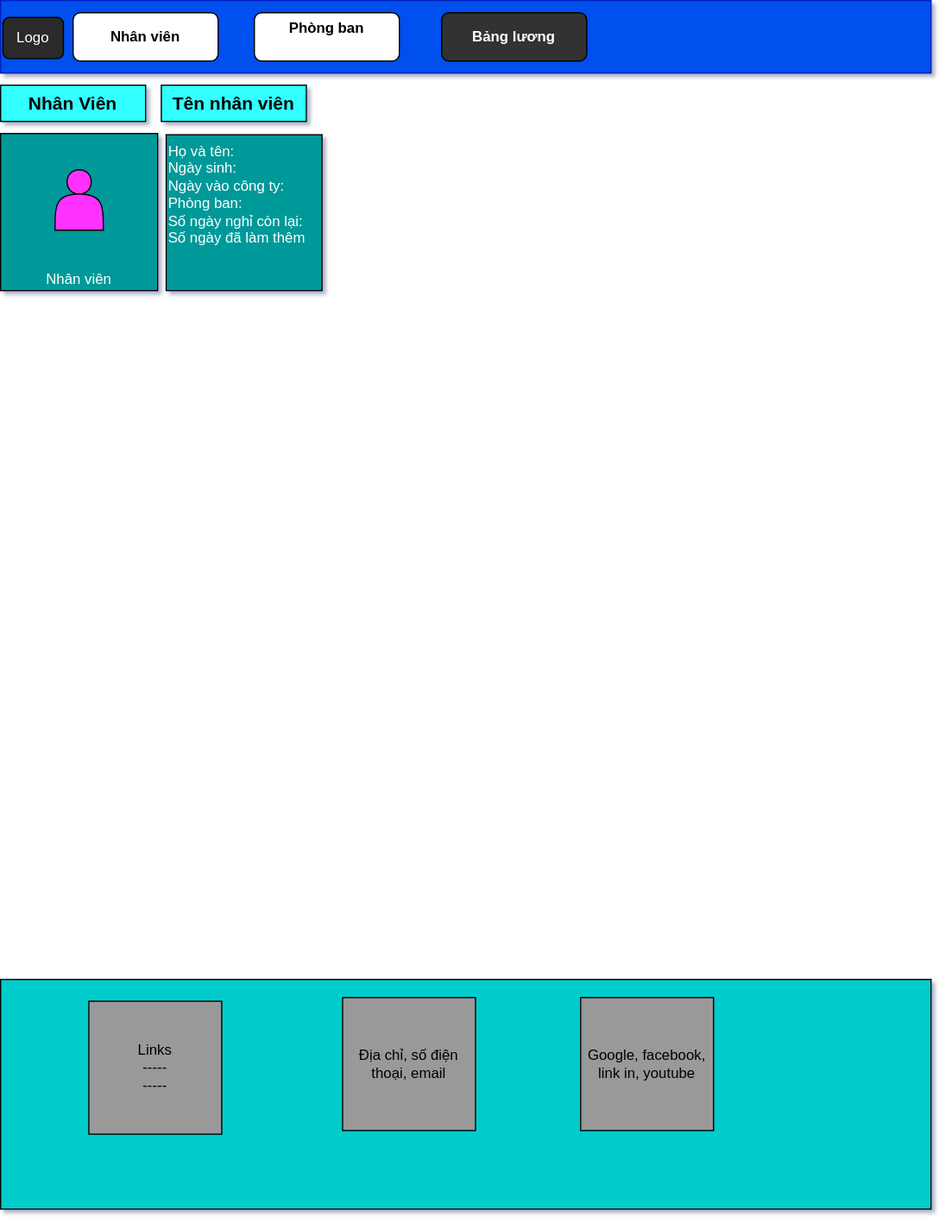
The draw.io diagram DRAWIO/staffdetail.drawio.svg in ktkthuong/Funix-React-Lab, before a commit. Source tidied: cells renumbered, new cells last; positions are measured from the earlier drawing's top-left corner, leaving out a move shared by most shapes.
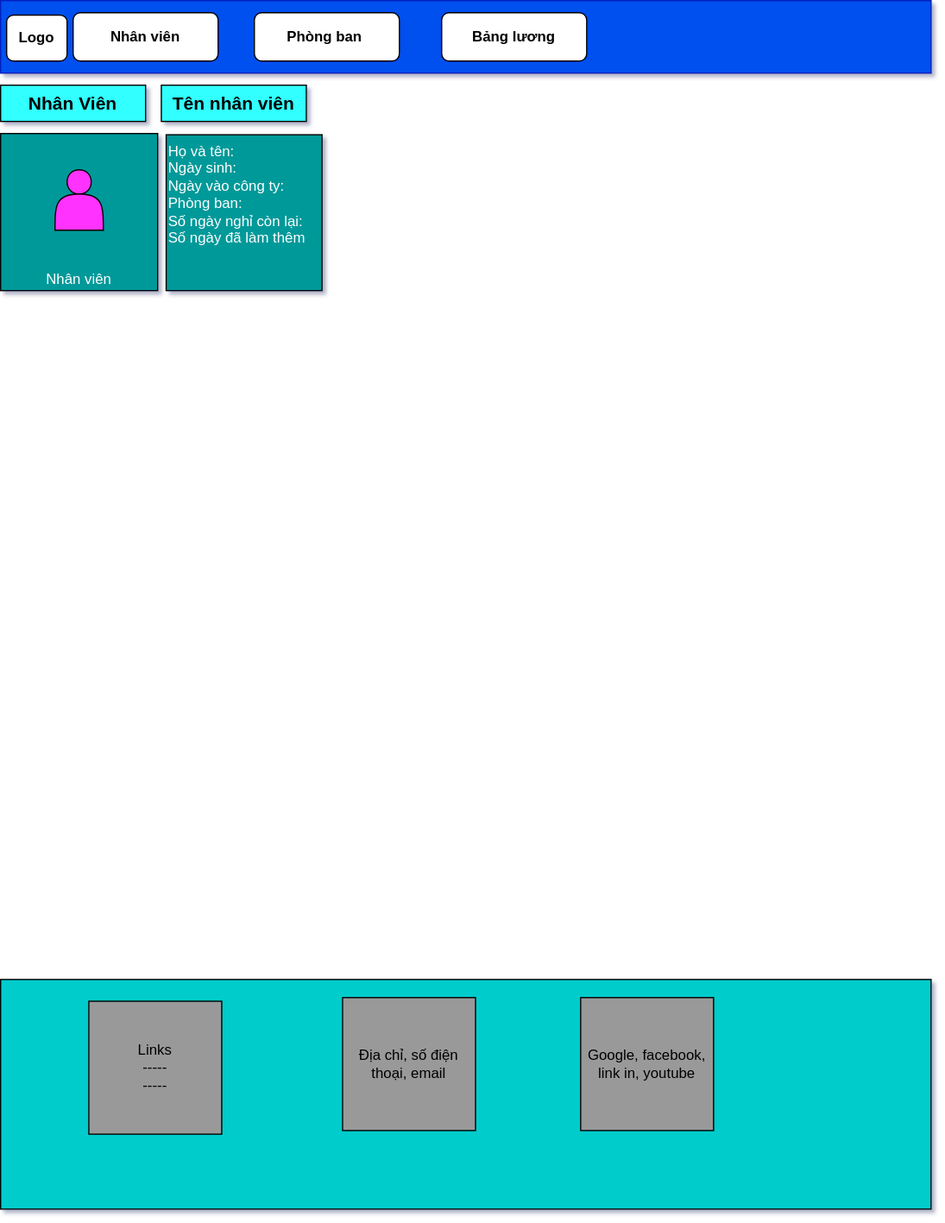
After the change.

Change to the diagram source:
```diff
@@ -5,13 +5,13 @@
     <mxCell id="2" style="rounded=0;whiteSpace=wrap;html=1;fillColor=#0050ef;fontColor=#ffffff;strokeColor=#001DBC;" parent="1" vertex="1">
       <mxGeometry width="770" height="60" as="geometry" />
     </mxCell>
-    <mxCell id="3" value="Nhân viên" style="rounded=1;whiteSpace=wrap;html=1;fontStyle=1;" parent="1" vertex="1">
+    <mxCell id="3" value="Nhân viên" style="rounded=1;whiteSpace=wrap;html=1;fontStyle=1;fillColor=#FFFFFF;" parent="1" vertex="1">
       <mxGeometry x="60" y="10" width="120" height="40" as="geometry" />
     </mxCell>
-    <mxCell id="4" value="Phòng ban&lt;span style=&quot;white-space: pre&quot;&gt; &lt;/span&gt;" style="rounded=1;whiteSpace=wrap;html=1;fontStyle=1;" parent="1" vertex="1">
+    <mxCell id="4" value="Phòng ban&lt;span style=&quot;white-space: pre&quot;&gt; &lt;/span&gt;" style="rounded=1;whiteSpace=wrap;html=1;fontStyle=1;fillColor=#FFFFFF;" parent="1" vertex="1">
       <mxGeometry x="210" y="10" width="120" height="40" as="geometry" />
     </mxCell>
-    <mxCell id="5" value="Bảng lương" style="rounded=1;whiteSpace=wrap;html=1;fontStyle=1;fillColor=#333333;fontColor=#FFFFFF;" parent="1" vertex="1">
+    <mxCell id="5" value="&lt;font color=&quot;#000000&quot;&gt;Bảng lương&lt;/font&gt;" style="rounded=1;whiteSpace=wrap;html=1;fontStyle=1;fillColor=#FFFFFF;fontColor=#FFFFFF;" parent="1" vertex="1">
       <mxGeometry x="365" y="10" width="120" height="40" as="geometry" />
     </mxCell>
     <mxCell id="6" value="Nhân viên" style="whiteSpace=wrap;html=1;labelBackgroundColor=none;labelBorderColor=none;verticalAlign=bottom;fillColor=#009999;fontColor=#FFFFFF;" parent="1" vertex="1">
@@ -41,8 +41,8 @@
     <mxCell id="14" value="&lt;font color=&quot;#000000&quot;&gt;Links&lt;br&gt;-----&lt;br&gt;-----&lt;br&gt;&lt;/font&gt;" style="whiteSpace=wrap;html=1;fillColor=#999999;" parent="1" vertex="1">
       <mxGeometry x="73" y="828" width="110" height="110" as="geometry" />
     </mxCell>
-    <mxCell id="15" value="&lt;font color=&quot;#ffffff&quot;&gt;Logo&lt;/font&gt;" style="rounded=1;whiteSpace=wrap;html=1;fontColor=#000000;fillColor=#2A2A2A;" parent="1" vertex="1">
-      <mxGeometry x="2" y="14" width="50" height="34" as="geometry" />
+    <mxCell id="15" value="&lt;b&gt;Logo&lt;/b&gt;" style="rounded=1;whiteSpace=wrap;html=1;fontColor=#000000;fillColor=#FFFFFF;" parent="1" vertex="1">
+      <mxGeometry x="5" y="12" width="50" height="38" as="geometry" />
     </mxCell>
   </root>
 </mxGraphModel>
```
